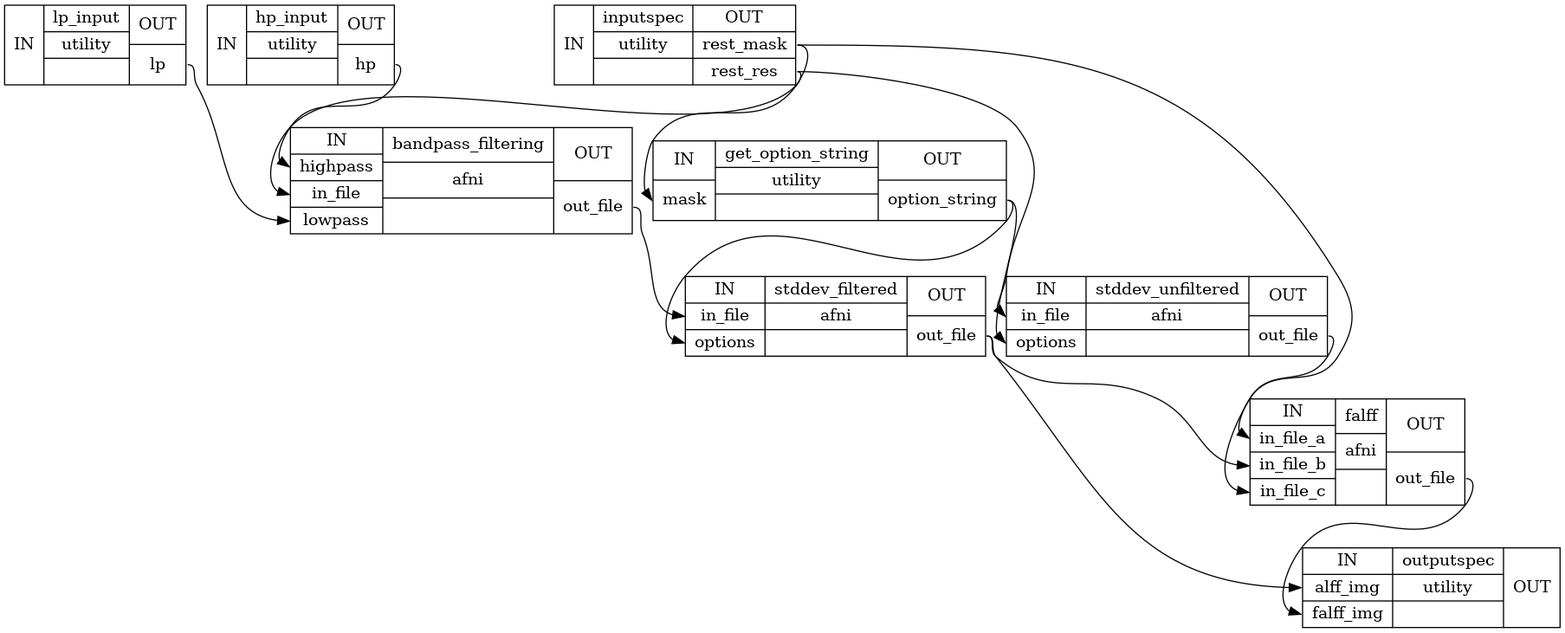
FCP-INDI/fcp-indi.github.io keeps this Graphviz diagram as docs/nightly/developer/workflows/images/generated/alff_detailed.png. Above is the earlier version. Its source is kept beside it as docs/nightly/developer/workflows/images/generated/alff_detailed.dot.
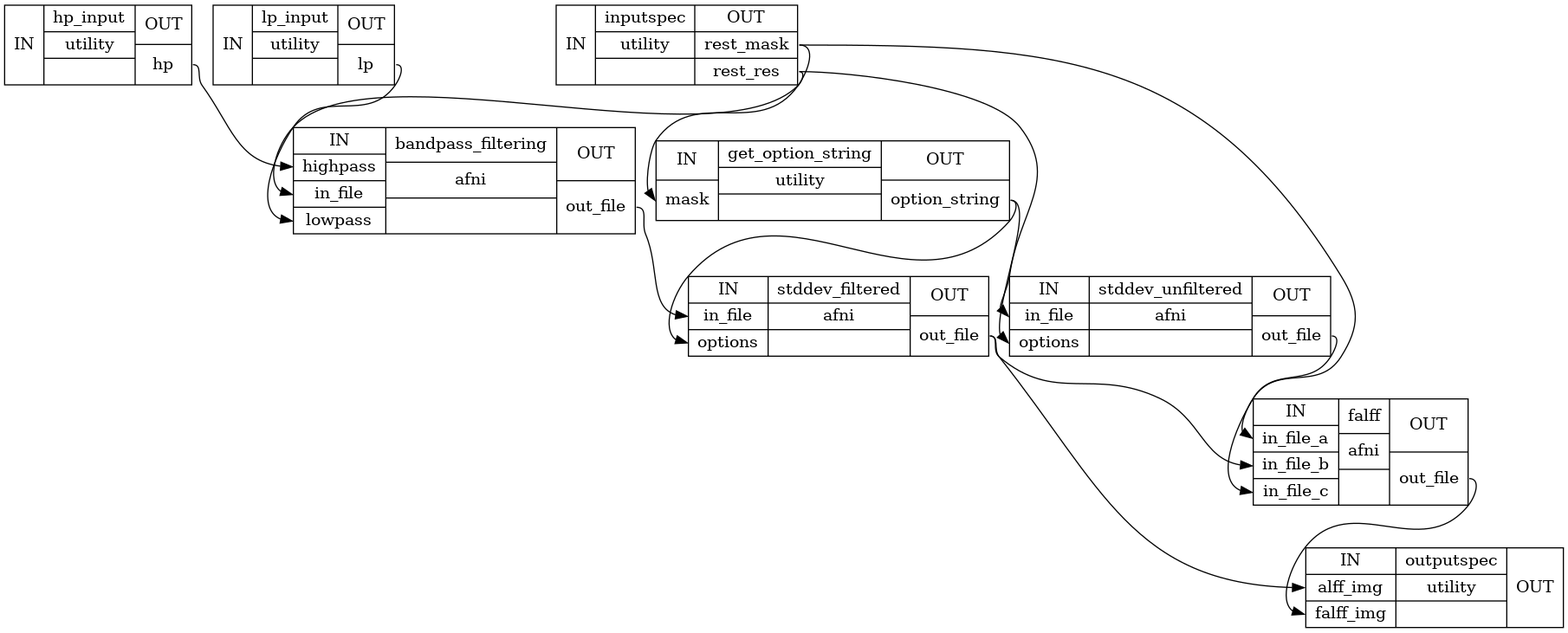
After the commit.

Diff of the diagram source:
```diff
@@ -1,12 +1,12 @@
 digraph structs {
 node [shape=record];
+"alff_workflowhp_input" [label="{IN}|{ hp_input | utility |  }|{OUT|<outhp> hp}"];
+"alff_workflowlp_input" [label="{IN}|{ lp_input | utility |  }|{OUT|<outlp> lp}"];
 "alff_workflowinputspec" [label="{IN}|{ inputspec | utility |  }|{OUT|<outrestmask> rest_mask|<outrestres> rest_res}"];
+"alff_workflowbandpass_filtering" [label="{IN|<inhighpass> highpass|<ininfile> in_file|<inlowpass> lowpass}|{ bandpass_filtering | afni |  }|{OUT|<outoutfile> out_file}"];
 "alff_workflowget_option_string" [label="{IN|<inmask> mask}|{ get_option_string | utility |  }|{OUT|<outoptionstring> option_string}"];
+"alff_workflowstddev_filtered" [label="{IN|<ininfile> in_file|<inoptions> options}|{ stddev_filtered | afni |  }|{OUT|<outoutfile> out_file}"];
 "alff_workflowstddev_unfiltered" [label="{IN|<ininfile> in_file|<inoptions> options}|{ stddev_unfiltered | afni |  }|{OUT|<outoutfile> out_file}"];
-"alff_workflowlp_input" [label="{IN}|{ lp_input | utility |  }|{OUT|<outlp> lp}"];
-"alff_workflowhp_input" [label="{IN}|{ hp_input | utility |  }|{OUT|<outhp> hp}"];
-"alff_workflowbandpass_filtering" [label="{IN|<inhighpass> highpass|<ininfile> in_file|<inlowpass> lowpass}|{ bandpass_filtering | afni |  }|{OUT|<outoutfile> out_file}"];
-"alff_workflowstddev_filtered" [label="{IN|<ininfile> in_file|<inoptions> options}|{ stddev_filtered | afni |  }|{OUT|<outoutfile> out_file}"];
 "alff_workflowfalff" [label="{IN|<ininfilea> in_file_a|<ininfileb> in_file_b|<ininfilec> in_file_c}|{ falff | afni |  }|{OUT|<outoutfile> out_file}"];
 "alff_workflowoutputspec" [label="{IN|<inalffimg> alff_img|<infalffimg> falff_img}|{ outputspec | utility |  }|{OUT}"];
 "alff_workflowbandpass_filtering":"outoutfile":e -> "alff_workflowstddev_filtered":"ininfile":w;
```
